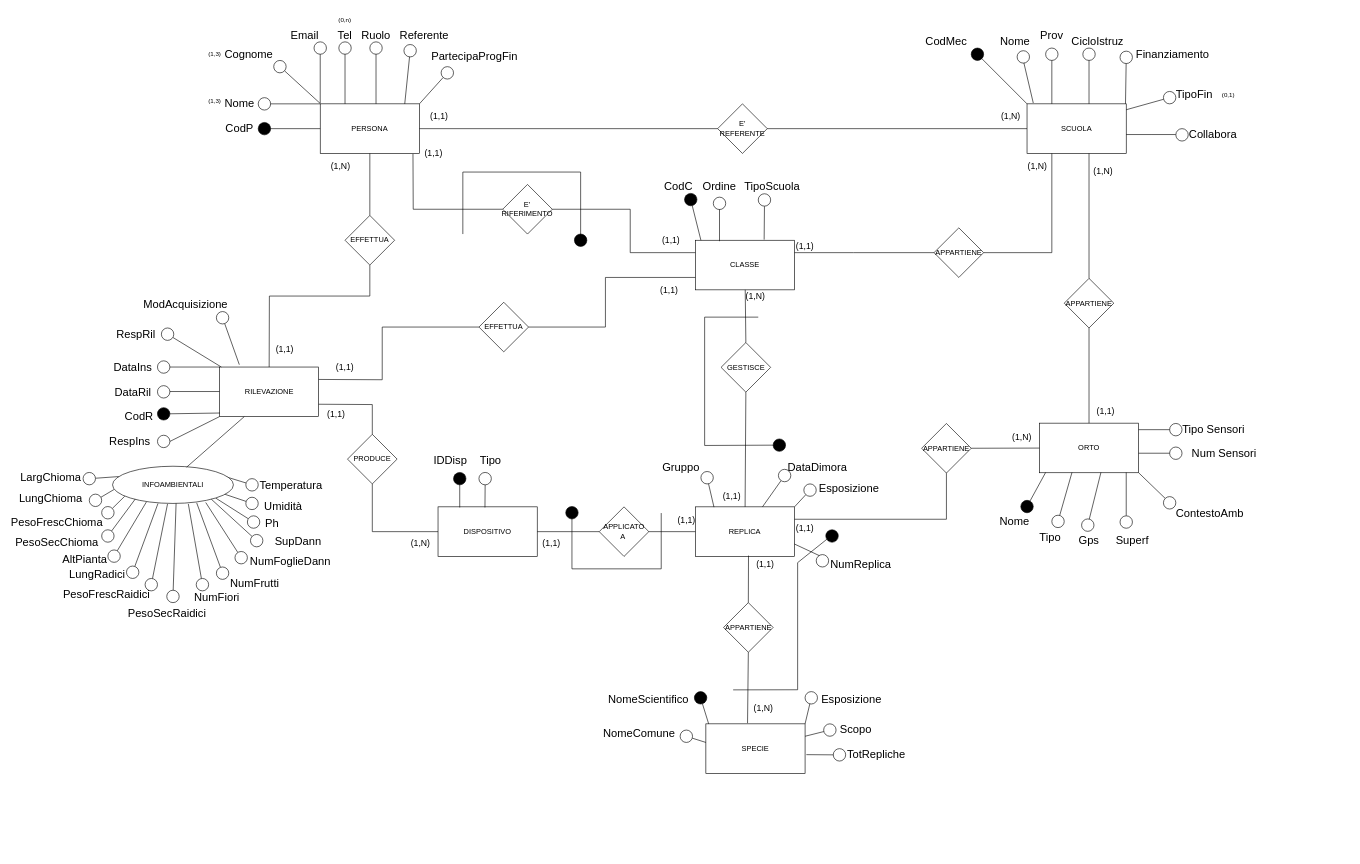
This is BD_ER_Massimo_2023.drawio from pizzo-kyle/unige, a draw.io file, before an edit. Source tidied: cells renumbered, new cells numbered last; positions are measured from the earlier drawing's top-left corner, leaving out a move shared by most shapes. Both pictures are drawn from the tidied source at 62%, with x=0, y=0 at pixel (36, 11).
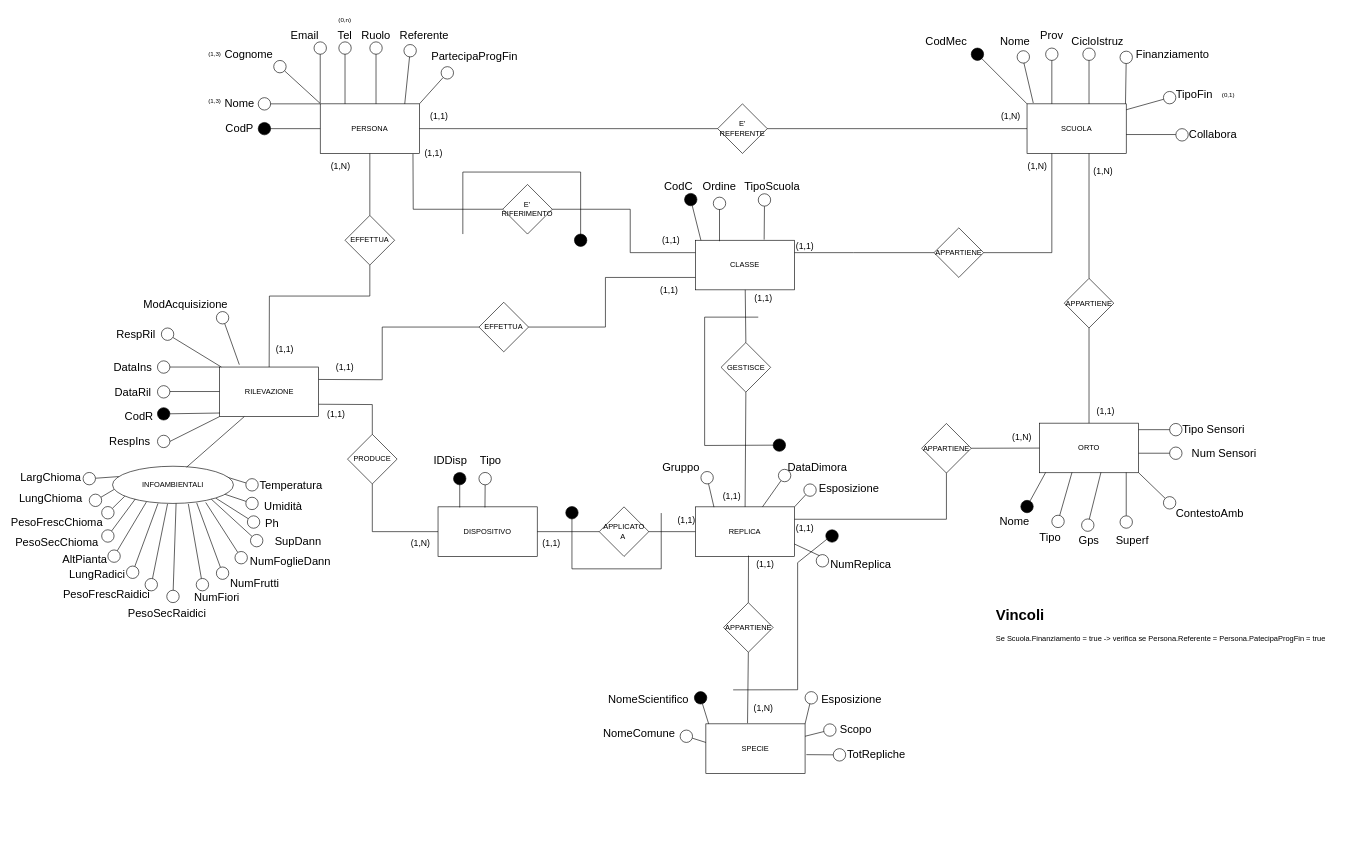
The same page after the edit.

The edit, as a diff of the source:
```diff
@@
-    <mxCell id="196" value="&lt;font style=&quot;font-size: 14px;&quot;&gt;(1,N)&lt;/font&gt;" style="text;html=1;strokeColor=none;fillColor=none;align=center;verticalAlign=middle;whiteSpace=wrap;rounded=0;" parent="1" vertex="1">
-      <mxGeometry x="1137" y="450" width="46" height="20" as="geometry" />
+    <mxCell id="196" value="&lt;font style=&quot;font-size: 14px;&quot;&gt;(1,1)&lt;/font&gt;" style="text;html=1;strokeColor=none;fillColor=none;align=center;verticalAlign=middle;whiteSpace=wrap;rounded=0;" parent="1" vertex="1">
+      <mxGeometry x="1149.5" y="454" width="46" height="20" as="geometry" />
     </mxCell>
@@
+    <mxCell id="254" value="&lt;h1&gt;Vincoli&lt;/h1&gt;&lt;p&gt;Se Scuola.Finanziamento = true -&amp;gt; verifica se Persona.Referente = Persona.PatecipaProgFin = true&lt;/p&gt;&lt;p&gt;&lt;br&gt;&lt;/p&gt;&lt;p&gt;&lt;br&gt;&lt;/p&gt;" style="text;html=1;strokeColor=none;fillColor=none;spacing=5;spacingTop=-20;whiteSpace=wrap;overflow=hidden;rounded=0;" parent="1" vertex="1">
+      <mxGeometry x="1543" y="954.5" width="575" height="405.5" as="geometry" />
+    </mxCell>
```
